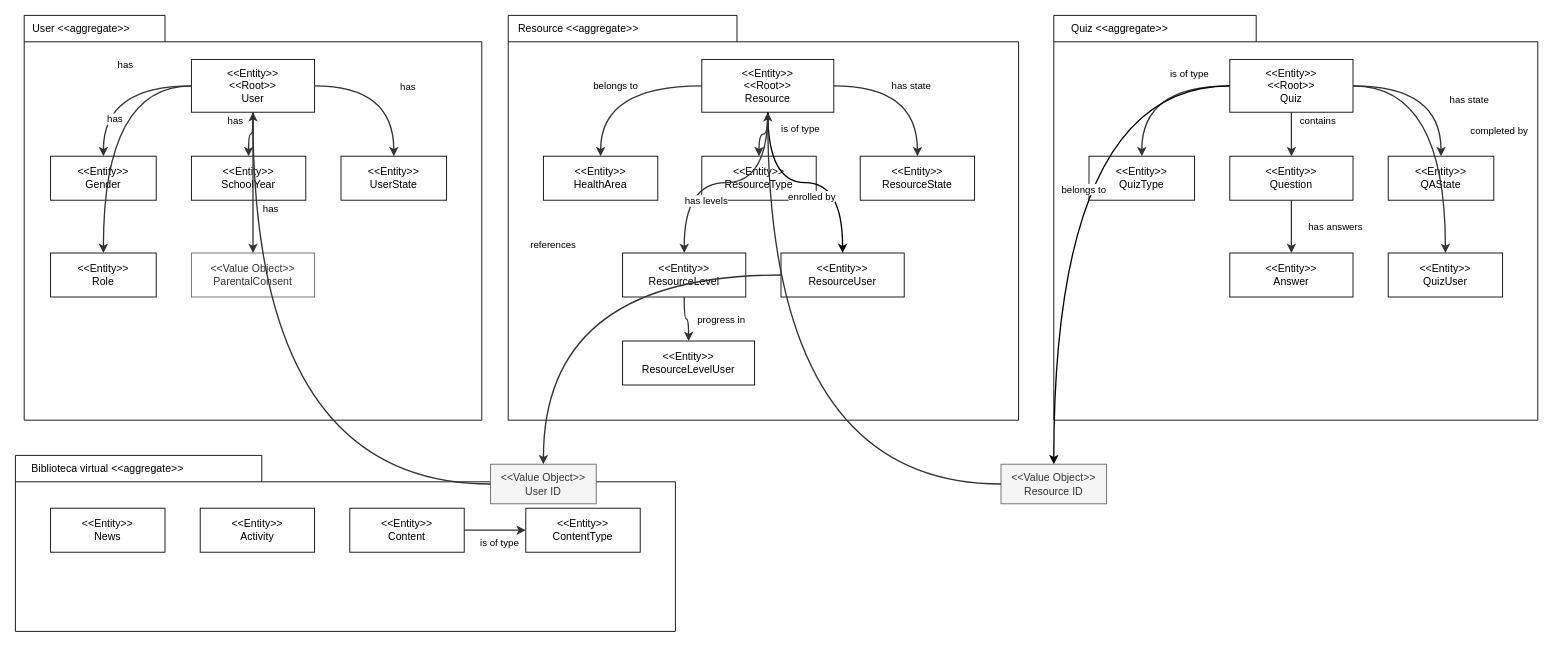
Above: docs/diagramas/modelo_dominio.drawio in tskxz/ALFAS (draw.io), before the change. Source tidied: cells renumbered, new cells numbered last; positions are measured from the earlier drawing's top-left corner, leaving out a move shared by most shapes. Both pictures are drawn from the tidied source at 88%, with x=0, y=0 at pixel (15, 15).
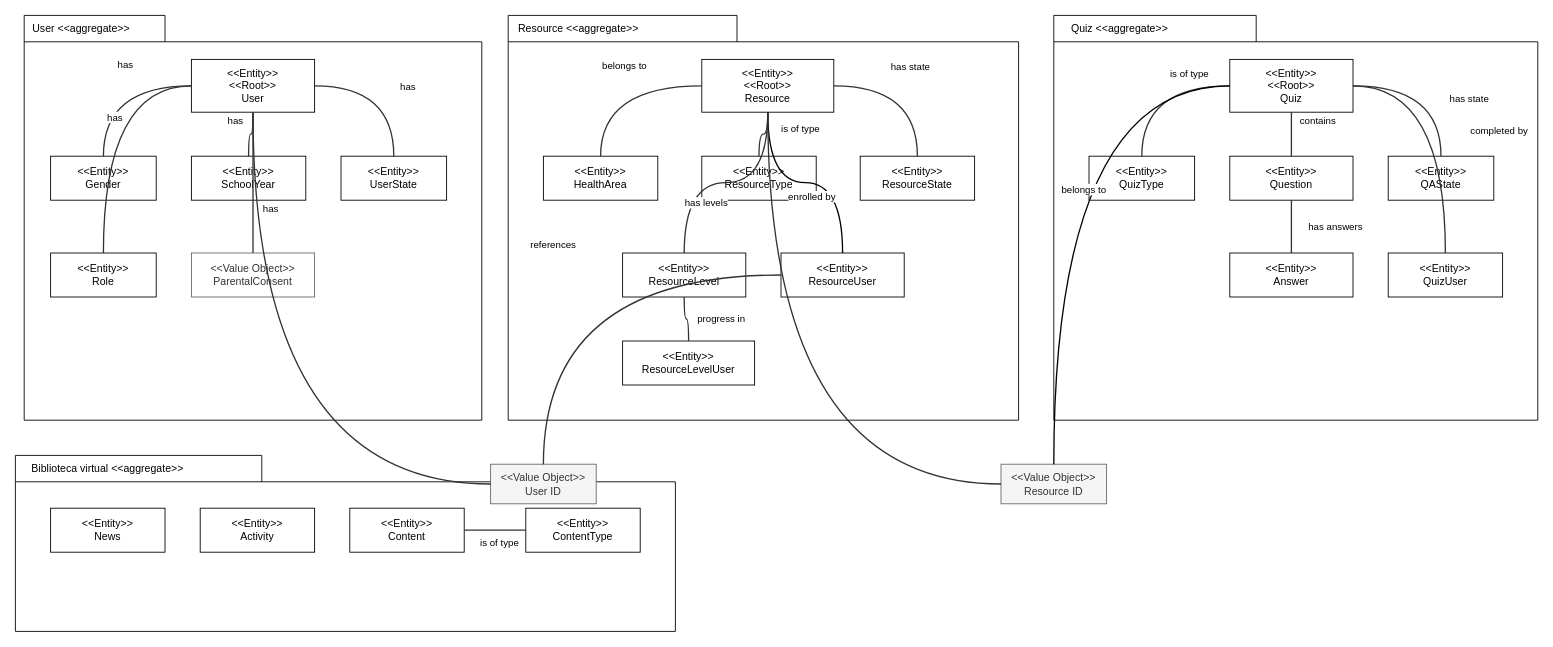
After the change.

Unchanged cells that the change refers to:
```xml
<mxCell id="3" value="&amp;lt;&amp;lt;Entity&amp;gt;&amp;gt;&lt;br&gt;&amp;lt;&amp;lt;Root&amp;gt;&amp;gt;&lt;br&gt;User" style="rounded=0;whiteSpace=wrap;html=1;align=center;verticalAlign=middle;" parent="2" vertex="1">
  <mxGeometry x="190" y="50" width="140" height="60" as="geometry" />
</mxCell>
<mxCell id="4" value="&amp;lt;&amp;lt;Entity&amp;gt;&amp;gt;&lt;br&gt;Gender" style="rounded=0;whiteSpace=wrap;html=1;fillColor=default;fontColor=#000000;strokeColor=default;align=center;verticalAlign=middle;" parent="2" vertex="1">
  <mxGeometry x="30" y="160" width="120" height="50" as="geometry" />
</mxCell>
<mxCell id="5" value="&amp;lt;&amp;lt;Entity&amp;gt;&amp;gt;&lt;br&gt;SchoolYear" style="rounded=0;whiteSpace=wrap;html=1;fillColor=default;fontColor=#000000;strokeColor=default;align=center;verticalAlign=middle;" parent="2" vertex="1">
  <mxGeometry x="190" y="160" width="130" height="50" as="geometry" />
</mxCell>
<mxCell id="6" value="&amp;lt;&amp;lt;Entity&amp;gt;&amp;gt;&lt;br&gt;UserState" style="rounded=0;whiteSpace=wrap;html=1;fillColor=default;fontColor=#000000;strokeColor=default;align=center;verticalAlign=middle;" parent="2" vertex="1">
  <mxGeometry x="360" y="160" width="120" height="50" as="geometry" />
</mxCell>
<mxCell id="7" value="&amp;lt;&amp;lt;Entity&amp;gt;&amp;gt;&lt;br&gt;Role" style="rounded=0;whiteSpace=wrap;html=1;fillColor=default;fontColor=#000000;strokeColor=default;align=center;verticalAlign=middle;" parent="2" vertex="1">
  <mxGeometry x="30" y="270" width="120" height="50" as="geometry" />
</mxCell>
<mxCell id="8" value="&amp;lt;&amp;lt;Value Object&amp;gt;&amp;gt;&lt;br&gt;ParentalConsent" style="rounded=0;whiteSpace=wrap;html=1;fillColor=default;fontColor=#333333;strokeColor=#666666;align=center;verticalAlign=middle;" parent="2" vertex="1">
  <mxGeometry x="190" y="270" width="140" height="50" as="geometry" />
</mxCell>
<mxCell id="10" value="&amp;lt;&amp;lt;Entity&amp;gt;&amp;gt;&lt;br&gt;&amp;lt;&amp;lt;Root&amp;gt;&amp;gt;&lt;br&gt;Resource" style="rounded=0;whiteSpace=wrap;html=1;align=center;verticalAlign=middle;" parent="9" vertex="1">
  <mxGeometry x="220" y="50" width="150" height="60" as="geometry" />
</mxCell>
<mxCell id="11" value="&amp;lt;&amp;lt;Entity&amp;gt;&amp;gt;&lt;br&gt;HealthArea" style="rounded=0;whiteSpace=wrap;html=1;align=center;verticalAlign=middle;fillColor=default;" parent="9" vertex="1">
  <mxGeometry x="40" y="160" width="130" height="50" as="geometry" />
</mxCell>
<mxCell id="12" value="&amp;lt;&amp;lt;Entity&amp;gt;&amp;gt;&lt;br&gt;ResourceType" style="rounded=0;whiteSpace=wrap;html=1;fillColor=default;fontColor=#000000;strokeColor=default;align=center;verticalAlign=middle;" parent="9" vertex="1">
  <mxGeometry x="220" y="160" width="130" height="50" as="geometry" />
</mxCell>
<mxCell id="13" value="&amp;lt;&amp;lt;Entity&amp;gt;&amp;gt;&lt;br&gt;ResourceState" style="rounded=0;whiteSpace=wrap;html=1;fillColor=default;fontColor=#000000;strokeColor=default;align=center;verticalAlign=middle;" parent="9" vertex="1">
  <mxGeometry x="400" y="160" width="130" height="50" as="geometry" />
</mxCell>
<mxCell id="14" value="&amp;lt;&amp;lt;Entity&amp;gt;&amp;gt;&lt;br&gt;ResourceLevel" style="rounded=0;whiteSpace=wrap;html=1;fillColor=default;fontColor=#000000;strokeColor=default;align=center;verticalAlign=middle;" parent="9" vertex="1">
  <mxGeometry x="130" y="270" width="140" height="50" as="geometry" />
</mxCell>
<mxCell id="15" value="&amp;lt;&amp;lt;Entity&amp;gt;&amp;gt;&lt;br&gt;ResourceUser" style="rounded=0;whiteSpace=wrap;html=1;fillColor=default;fontColor=#000000;strokeColor=default;align=center;verticalAlign=middle;" parent="9" vertex="1">
  <mxGeometry x="310" y="270" width="140" height="50" as="geometry" />
</mxCell>
<mxCell id="16" value="&amp;lt;&amp;lt;Entity&amp;gt;&amp;gt;&lt;br&gt;ResourceLevelUser" style="rounded=0;whiteSpace=wrap;html=1;fillColor=default;fontColor=#000000;strokeColor=default;align=center;verticalAlign=middle;" parent="9" vertex="1">
  <mxGeometry x="130" y="370" width="150" height="50" as="geometry" />
</mxCell>
<mxCell id="18" value="&amp;lt;&amp;lt;Entity&amp;gt;&amp;gt;&lt;br&gt;&amp;lt;&amp;lt;Root&amp;gt;&amp;gt;&lt;br&gt;Quiz" style="rounded=0;whiteSpace=wrap;html=1;align=center;verticalAlign=middle;" parent="17" vertex="1">
  <mxGeometry x="200" y="50" width="140" height="60" as="geometry" />
</mxCell>
<mxCell id="19" value="&amp;lt;&amp;lt;Entity&amp;gt;&amp;gt;&lt;br&gt;QuizType" style="rounded=0;whiteSpace=wrap;html=1;fillColor=default;fontColor=#000000;strokeColor=default;align=center;verticalAlign=middle;" parent="17" vertex="1">
  <mxGeometry x="40" y="160" width="120" height="50" as="geometry" />
</mxCell>
<mxCell id="20" value="&amp;lt;&amp;lt;Entity&amp;gt;&amp;gt;&lt;br&gt;QAState" style="rounded=0;whiteSpace=wrap;html=1;fillColor=default;fontColor=#000000;strokeColor=default;align=center;verticalAlign=middle;" parent="17" vertex="1">
  <mxGeometry x="380" y="160" width="120" height="50" as="geometry" />
</mxCell>
<mxCell id="21" value="&amp;lt;&amp;lt;Entity&amp;gt;&amp;gt;&lt;br&gt;Question" style="rounded=0;whiteSpace=wrap;html=1;fillColor=default;fontColor=#000000;strokeColor=default;align=center;verticalAlign=middle;" parent="17" vertex="1">
  <mxGeometry x="200" y="160" width="140" height="50" as="geometry" />
</mxCell>
<mxCell id="22" value="&amp;lt;&amp;lt;Entity&amp;gt;&amp;gt;&lt;br&gt;Answer" style="rounded=0;whiteSpace=wrap;html=1;fillColor=default;fontColor=#000000;strokeColor=default;align=center;verticalAlign=middle;" parent="17" vertex="1">
  <mxGeometry x="200" y="270" width="140" height="50" as="geometry" />
</mxCell>
<mxCell id="23" value="&amp;lt;&amp;lt;Entity&amp;gt;&amp;gt;&lt;br&gt;QuizUser" style="rounded=0;whiteSpace=wrap;html=1;fillColor=default;fontColor=#000000;strokeColor=default;align=center;verticalAlign=middle;" parent="17" vertex="1">
  <mxGeometry x="380" y="270" width="130" height="50" as="geometry" />
</mxCell>
<mxCell id="27" value="&amp;lt;&amp;lt;Entity&amp;gt;&amp;gt;&lt;br&gt;Content" style="rounded=0;whiteSpace=wrap;html=1;fillColor=none;fontColor=#000000;strokeColor=default;align=center;verticalAlign=middle;" parent="24" vertex="1">
  <mxGeometry x="380" y="60" width="130" height="50" as="geometry" />
</mxCell>
<mxCell id="28" value="&amp;lt;&amp;lt;Entity&amp;gt;&amp;gt;&lt;br&gt;ContentType" style="rounded=0;whiteSpace=wrap;html=1;fillColor=none;fontColor=#000000;strokeColor=default;align=center;verticalAlign=middle;" parent="24" vertex="1">
  <mxGeometry x="580" y="60" width="130" height="50" as="geometry" />
</mxCell>
<mxCell id="30" value="&amp;lt;&amp;lt;Value Object&amp;gt;&amp;gt;&lt;br&gt;User ID" style="rounded=0;whiteSpace=wrap;html=1;fillColor=#f5f5f5;fontColor=#333333;strokeColor=#666666;align=center;verticalAlign=middle;" parent="1" vertex="1">
  <mxGeometry x="540" y="510" width="120" height="45" as="geometry" />
</mxCell>
<mxCell id="31" value="&amp;lt;&amp;lt;Value Object&amp;gt;&amp;gt;&lt;br&gt;Resource ID" style="rounded=0;whiteSpace=wrap;html=1;fillColor=#f5f5f5;fontColor=#333333;strokeColor=#666666;align=center;verticalAlign=middle;" parent="1" vertex="1">
  <mxGeometry x="1120" y="510" width="120" height="45" as="geometry" />
</mxCell>
```

Change to the diagram source:
```diff
@@
-    <mxCell id="32" value="has" style="edgeStyle=orthogonalEdgeStyle;rounded=0;jettySize=auto;html=1;strokeColor=#333333;strokeWidth=1.5;dashed=0;curved=1;curveGeometry=1;" parent="1" edge="1" source="3" target="4">
+    <mxCell id="32" value="has" style="edgeStyle=orthogonalEdgeStyle;rounded=0;jettySize=auto;html=1;strokeColor=#333333;strokeWidth=1.5;dashed=0;curved=1;curveGeometry=1;endArrow=none;endFill=0;" parent="1" edge="1" source="3" target="4">
       <mxGeometry x="-0.15" y="-23" relative="1" as="geometry">
         <mxPoint x="2" y="-1" as="offset" />
       </mxGeometry>
     </mxCell>
-    <mxCell id="33" value="has" style="edgeStyle=orthogonalEdgeStyle;rounded=0;jettySize=auto;html=1;strokeColor=#333333;strokeWidth=1.5;dashed=0;curved=1;curveGeometry=1;" parent="1" edge="1" source="3" target="5">
-      <mxGeometry x="-0.64" y="-20" relative="1" as="geometry" />
+    <mxCell id="33" value="has" style="edgeStyle=orthogonalEdgeStyle;rounded=0;jettySize=auto;html=1;strokeColor=#333333;strokeWidth=1.5;dashed=0;curved=1;curveGeometry=1;endArrow=none;endFill=0;" parent="1" edge="1" source="3" target="5">
+      <mxGeometry x="-0.65" y="-20" relative="1" as="geometry" />
     </mxCell>
-    <mxCell id="34" value="has" style="edgeStyle=orthogonalEdgeStyle;rounded=0;jettySize=auto;html=1;strokeColor=#333333;strokeWidth=1.5;dashed=0;curved=1;curveGeometry=1;" parent="1" edge="1" source="3" target="6">
+    <mxCell id="34" value="has" style="edgeStyle=orthogonalEdgeStyle;rounded=0;jettySize=auto;html=1;strokeColor=#333333;strokeWidth=1.5;dashed=0;curved=1;curveGeometry=1;endArrow=none;endFill=0;" parent="1" edge="1" source="3" target="6">
       <mxGeometry x="0.07" y="16" relative="1" as="geometry" />
     </mxCell>
-    <mxCell id="35" value="has" style="edgeStyle=orthogonalEdgeStyle;rounded=0;jettySize=auto;html=1;strokeColor=#333333;strokeWidth=1.5;dashed=0;curved=1;curveGeometry=1;" parent="1" edge="1" source="3" target="7">
-      <mxGeometry x="-0.05" y="14" relative="1" as="geometry">
+    <mxCell id="35" value="has" style="edgeStyle=orthogonalEdgeStyle;rounded=0;jettySize=auto;html=1;strokeColor=#333333;strokeWidth=1.5;dashed=0;curved=1;curveGeometry=1;endArrow=none;endFill=0;" parent="1" edge="1" source="3" target="7">
+      <mxGeometry x="-0.06" y="14" relative="1" as="geometry">
         <mxPoint x="-1" as="offset" />
       </mxGeometry>
     </mxCell>
-    <mxCell id="36" value="has" style="edgeStyle=orthogonalEdgeStyle;rounded=0;jettySize=auto;html=1;strokeColor=#333333;strokeWidth=1.5;dashed=0;curved=1;curveGeometry=1;" parent="1" edge="1" source="3" target="8">
+    <mxCell id="36" value="has" style="edgeStyle=orthogonalEdgeStyle;rounded=0;jettySize=auto;html=1;strokeColor=#333333;strokeWidth=1.5;dashed=0;curved=1;curveGeometry=1;endArrow=none;endFill=0;" parent="1" edge="1" source="3" target="8">
       <mxGeometry x="0.38" y="20" relative="1" as="geometry" />
     </mxCell>
-    <mxCell id="37" value="belongs to" style="edgeStyle=orthogonalEdgeStyle;rounded=0;jettySize=auto;html=1;strokeColor=#333333;strokeWidth=1.5;dashed=0;curved=1;curveGeometry=1;" parent="1" edge="1" source="10" target="11">
-      <mxGeometry relative="1" as="geometry" />
+    <mxCell id="37" value="belongs to" style="edgeStyle=orthogonalEdgeStyle;rounded=0;jettySize=auto;html=1;strokeColor=#333333;strokeWidth=1.5;dashed=0;curved=1;curveGeometry=1;endArrow=none;endFill=0;" parent="1" edge="1" source="10" target="11">
+      <mxGeometry x="-0.1" y="-23" relative="1" as="geometry" />
     </mxCell>
-    <mxCell id="38" value="is of type" style="edgeStyle=orthogonalEdgeStyle;rounded=0;jettySize=auto;html=1;strokeColor=#333333;strokeWidth=1.5;dashed=0;curved=1;curveGeometry=1;" parent="1" edge="1" source="10" target="12">
-      <mxGeometry x="-0.3" y="37" relative="1" as="geometry">
+    <mxCell id="38" value="is of type" style="edgeStyle=orthogonalEdgeStyle;rounded=0;jettySize=auto;html=1;strokeColor=#333333;strokeWidth=1.5;dashed=0;curved=1;curveGeometry=1;endArrow=none;endFill=0;" parent="1" edge="1" source="10" target="12">
+      <mxGeometry x="-0.29" y="37" relative="1" as="geometry">
         <mxPoint y="-2" as="offset" />
       </mxGeometry>
     </mxCell>
-    <mxCell id="39" value="has state" style="edgeStyle=orthogonalEdgeStyle;rounded=0;jettySize=auto;html=1;strokeColor=#333333;strokeWidth=1.5;dashed=0;curved=1;curveGeometry=1;" parent="1" edge="1" source="10" target="13">
-      <mxGeometry relative="1" as="geometry" />
+    <mxCell id="39" value="has state" style="edgeStyle=orthogonalEdgeStyle;rounded=0;jettySize=auto;html=1;strokeColor=#333333;strokeWidth=1.5;dashed=0;curved=1;curveGeometry=1;endArrow=none;endFill=0;" parent="1" edge="1" source="10" target="13">
+      <mxGeometry x="-0.01" y="21" relative="1" as="geometry" />
     </mxCell>
-    <mxCell id="40" value="has levels" style="edgeStyle=orthogonalEdgeStyle;rounded=0;jettySize=auto;html=1;strokeColor=#333333;strokeWidth=1.5;dashed=0;curved=1;curveGeometry=1;" parent="1" edge="1" source="10" target="14">
-      <mxGeometry x="0.54" y="25" relative="1" as="geometry" />
+    <mxCell id="40" value="has levels" style="edgeStyle=orthogonalEdgeStyle;rounded=0;jettySize=auto;html=1;strokeColor=#333333;strokeWidth=1.5;dashed=0;curved=1;curveGeometry=1;endArrow=none;endFill=0;" parent="1" edge="1" source="10" target="14">
+      <mxGeometry x="0.55" y="25" relative="1" as="geometry" />
     </mxCell>
-    <mxCell id="41" value="enrolled by" style="edgeStyle=orthogonalEdgeStyle;rounded=0;jettySize=auto;html=1;strokeColor=default;strokeWidth=1.5;dashed=0;curved=1;curveGeometry=1;" parent="1" edge="1" source="10" target="15">
+    <mxCell id="41" value="enrolled by" style="edgeStyle=orthogonalEdgeStyle;rounded=0;jettySize=auto;html=1;strokeColor=default;strokeWidth=1.5;dashed=0;curved=1;curveGeometry=1;endArrow=none;endFill=0;" parent="1" edge="1" source="10" target="15">
       <mxGeometry x="0.48" y="-35" relative="1" as="geometry" />
     </mxCell>
-    <mxCell id="42" value="progress in" style="edgeStyle=orthogonalEdgeStyle;rounded=0;jettySize=auto;html=1;strokeColor=#333333;strokeWidth=1.5;dashed=0;curved=1;curveGeometry=1;" parent="1" edge="1" source="14" target="16">
-      <mxGeometry x="0.11" y="37" relative="1" as="geometry" />
+    <mxCell id="42" value="progress in" style="edgeStyle=orthogonalEdgeStyle;rounded=0;jettySize=auto;html=1;strokeColor=#333333;strokeWidth=1.5;dashed=0;curved=1;curveGeometry=1;endArrow=none;endFill=0;" parent="1" edge="1" source="14" target="16">
+      <mxGeometry x="0.1" y="37" relative="1" as="geometry" />
     </mxCell>
-    <mxCell id="43" value="is of type" style="edgeStyle=orthogonalEdgeStyle;rounded=0;jettySize=auto;html=1;strokeColor=#333333;strokeWidth=1.5;dashed=0;curved=1;curveGeometry=1;" parent="1" edge="1" source="18" target="19">
+    <mxCell id="43" value="is of type" style="edgeStyle=orthogonalEdgeStyle;rounded=0;jettySize=auto;html=1;strokeColor=#333333;strokeWidth=1.5;dashed=0;curved=1;curveGeometry=1;endArrow=none;endFill=0;" parent="1" edge="1" source="18" target="19">
       <mxGeometry x="-0.49" y="-14" relative="1" as="geometry" />
     </mxCell>
-    <mxCell id="44" value="has state" style="edgeStyle=orthogonalEdgeStyle;rounded=0;jettySize=auto;html=1;strokeColor=#333333;strokeWidth=1.5;dashed=0;curved=1;curveGeometry=1;" parent="1" edge="1" source="18" target="20">
-      <mxGeometry x="0.29" y="32" relative="1" as="geometry" />
+    <mxCell id="44" value="has state" style="edgeStyle=orthogonalEdgeStyle;rounded=0;jettySize=auto;html=1;strokeColor=#333333;strokeWidth=1.5;dashed=0;curved=1;curveGeometry=1;endArrow=none;endFill=0;" parent="1" edge="1" source="18" target="20">
+      <mxGeometry x="0.28" y="32" relative="1" as="geometry" />
     </mxCell>
-    <mxCell id="45" value="contains" style="edgeStyle=orthogonalEdgeStyle;rounded=0;jettySize=auto;html=1;strokeColor=#333333;strokeWidth=1.5;dashed=0;curved=1;curveGeometry=1;" parent="1" edge="1" source="18" target="21">
+    <mxCell id="45" value="contains" style="edgeStyle=orthogonalEdgeStyle;rounded=0;jettySize=auto;html=1;strokeColor=#333333;strokeWidth=1.5;dashed=0;curved=1;curveGeometry=1;endArrow=none;endFill=0;" parent="1" edge="1" source="18" target="21">
       <mxGeometry x="-0.6" y="30" relative="1" as="geometry" />
     </mxCell>
-    <mxCell id="46" value="has answers" style="edgeStyle=orthogonalEdgeStyle;rounded=0;jettySize=auto;html=1;strokeColor=#333333;strokeWidth=1.5;dashed=0;curved=1;curveGeometry=1;" parent="1" edge="1" source="21" target="22">
+    <mxCell id="46" value="has answers" style="edgeStyle=orthogonalEdgeStyle;rounded=0;jettySize=auto;html=1;strokeColor=#333333;strokeWidth=1.5;dashed=0;curved=1;curveGeometry=1;endArrow=none;endFill=0;" parent="1" edge="1" source="21" target="22">
       <mxGeometry y="50" relative="1" as="geometry" />
     </mxCell>
-    <mxCell id="47" value="completed by" style="edgeStyle=orthogonalEdgeStyle;rounded=0;jettySize=auto;html=1;strokeColor=#333333;strokeWidth=1.5;dashed=0;curved=1;curveGeometry=1;" parent="1" edge="1" source="18" target="23">
+    <mxCell id="47" value="completed by" style="edgeStyle=orthogonalEdgeStyle;rounded=0;jettySize=auto;html=1;strokeColor=#333333;strokeWidth=1.5;dashed=0;curved=1;curveGeometry=1;endArrow=none;endFill=0;" parent="1" edge="1" source="18" target="23">
       <mxGeometry x="0.06" y="61" relative="1" as="geometry" />
     </mxCell>
-    <mxCell id="48" value="is of type" style="edgeStyle=orthogonalEdgeStyle;rounded=0;jettySize=auto;html=1;strokeColor=#333333;strokeWidth=1.5;dashed=0;curved=1;curveGeometry=1;" parent="1" edge="1" source="27" target="28">
+    <mxCell id="48" value="is of type" style="edgeStyle=orthogonalEdgeStyle;rounded=0;jettySize=auto;html=1;strokeColor=#333333;strokeWidth=1.5;dashed=0;curved=1;curveGeometry=1;endArrow=none;endFill=0;" parent="1" edge="1" source="27" target="28">
       <mxGeometry x="0.14" y="-15" relative="1" as="geometry" />
     </mxCell>
-    <mxCell id="49" value="references" style="edgeStyle=orthogonalEdgeStyle;rounded=0;jettySize=auto;html=1;strokeColor=#333333;strokeWidth=1.5;dashed=0;curved=1;curveGeometry=1;" parent="1" edge="1" source="15" target="30">
+    <mxCell id="49" value="references" style="edgeStyle=orthogonalEdgeStyle;rounded=0;jettySize=auto;html=1;strokeColor=#333333;strokeWidth=1.5;dashed=0;curved=1;curveGeometry=1;endArrow=none;endFill=0;" parent="1" edge="1" source="15" target="30">
       <mxGeometry x="0.07" y="-34" relative="1" as="geometry" />
     </mxCell>
-    <mxCell id="50" style="edgeStyle=orthogonalEdgeStyle;rounded=0;jettySize=auto;html=1;strokeColor=#333333;strokeWidth=1.5;dashed=0;curved=1;curveGeometry=1;" parent="1" edge="1" source="30" target="3">
+    <mxCell id="50" style="edgeStyle=orthogonalEdgeStyle;rounded=0;jettySize=auto;html=1;strokeColor=#333333;strokeWidth=1.5;dashed=0;curved=1;curveGeometry=1;endArrow=none;endFill=0;" parent="1" edge="1" source="30" target="3">
       <mxGeometry relative="1" as="geometry" />
     </mxCell>
-    <mxCell id="51" value="belongs to" style="edgeStyle=orthogonalEdgeStyle;rounded=0;jettySize=auto;html=1;strokeColor=default;strokeWidth=1.5;dashed=0;curved=1;curveGeometry=1;" parent="1" edge="1" source="18" target="31">
+    <mxCell id="51" value="belongs to" style="edgeStyle=orthogonalEdgeStyle;rounded=0;jettySize=auto;html=1;strokeColor=default;strokeWidth=1.5;dashed=0;curved=1;curveGeometry=1;endArrow=none;endFill=0;" parent="1" edge="1" source="18" target="31">
       <mxGeometry x="0.01" y="34" relative="1" as="geometry" />
     </mxCell>
-    <mxCell id="52" style="edgeStyle=orthogonalEdgeStyle;rounded=0;jettySize=auto;html=1;strokeColor=#333333;strokeWidth=1.5;dashed=0;curved=1;curveGeometry=1;" parent="1" edge="1" source="31" target="10">
+    <mxCell id="52" style="edgeStyle=orthogonalEdgeStyle;rounded=0;jettySize=auto;html=1;strokeColor=#333333;strokeWidth=1.5;dashed=0;curved=1;curveGeometry=1;endArrow=none;endFill=0;" parent="1" edge="1" source="31" target="10">
       <mxGeometry relative="1" as="geometry" />
     </mxCell>
```
